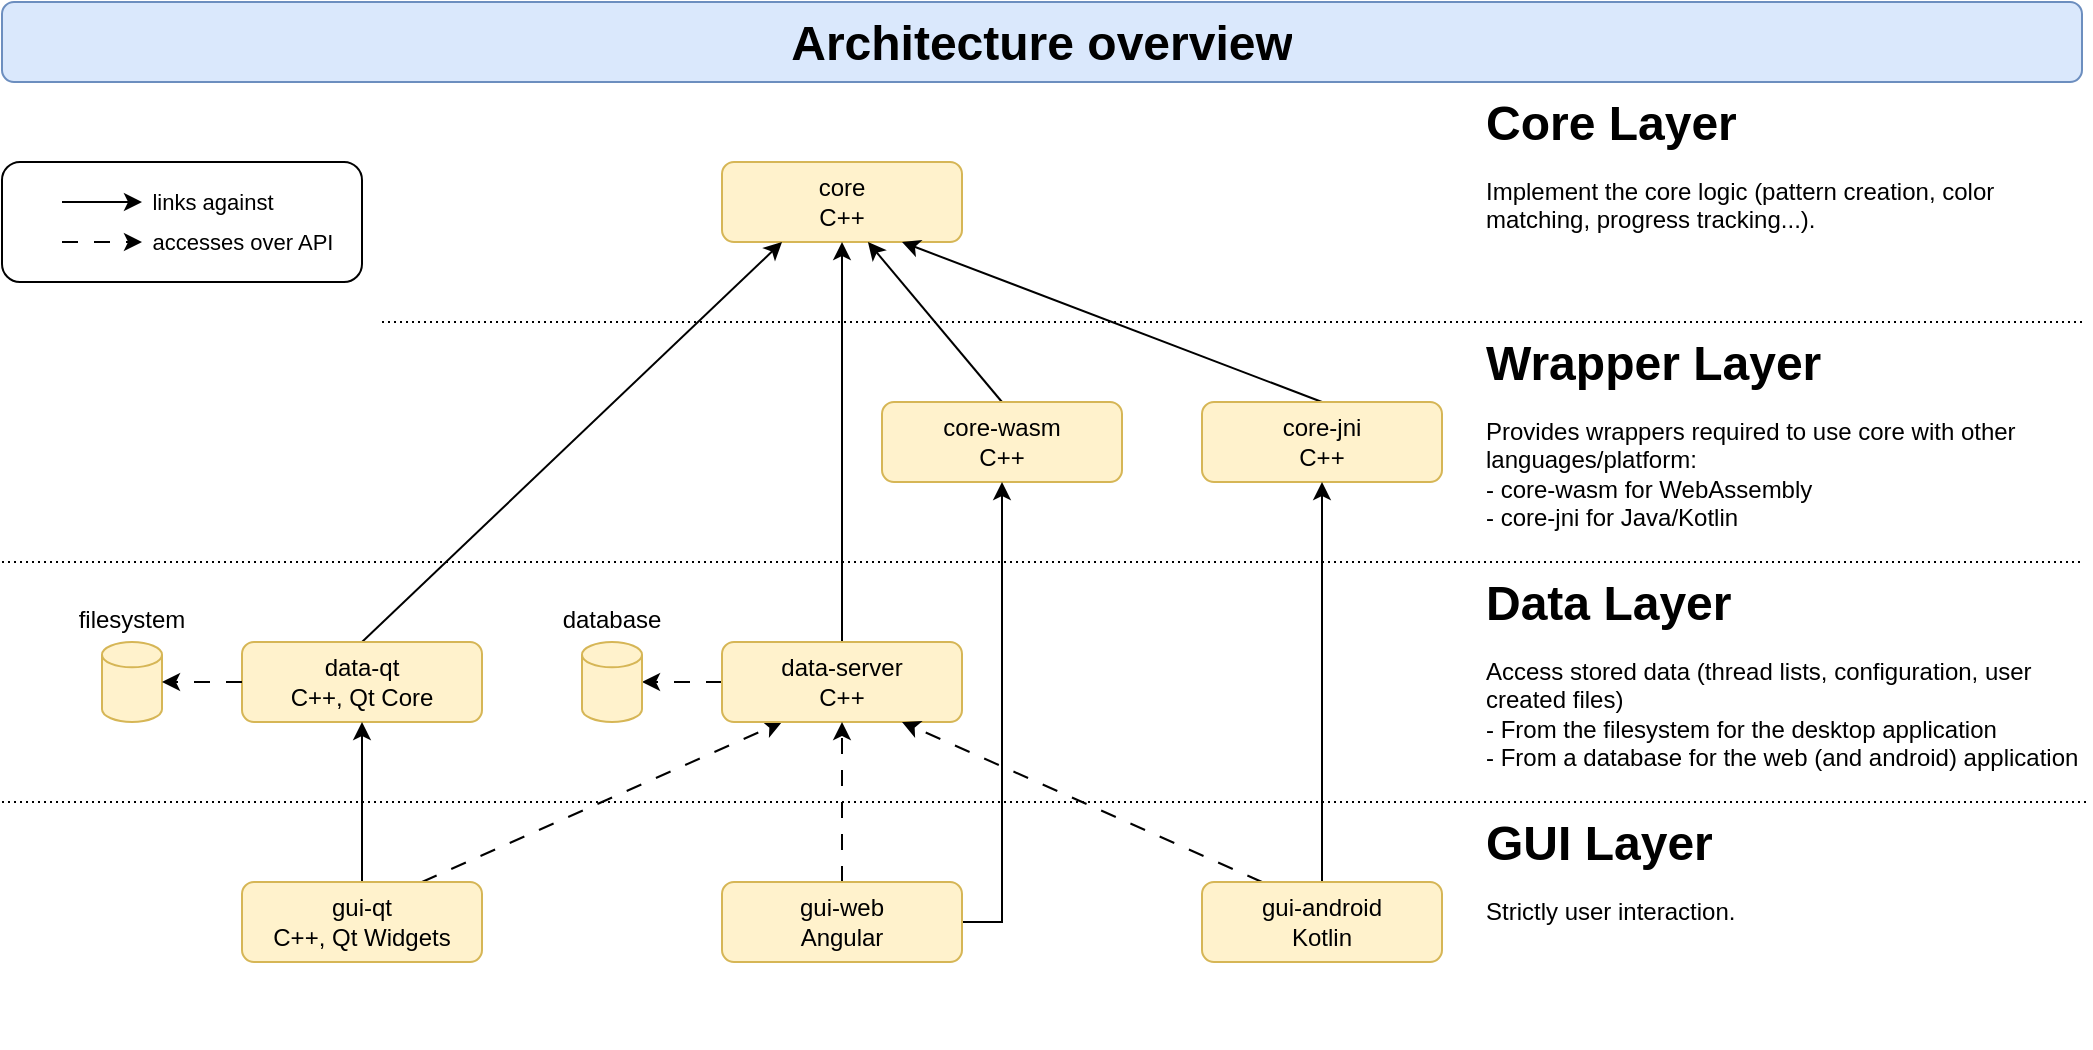
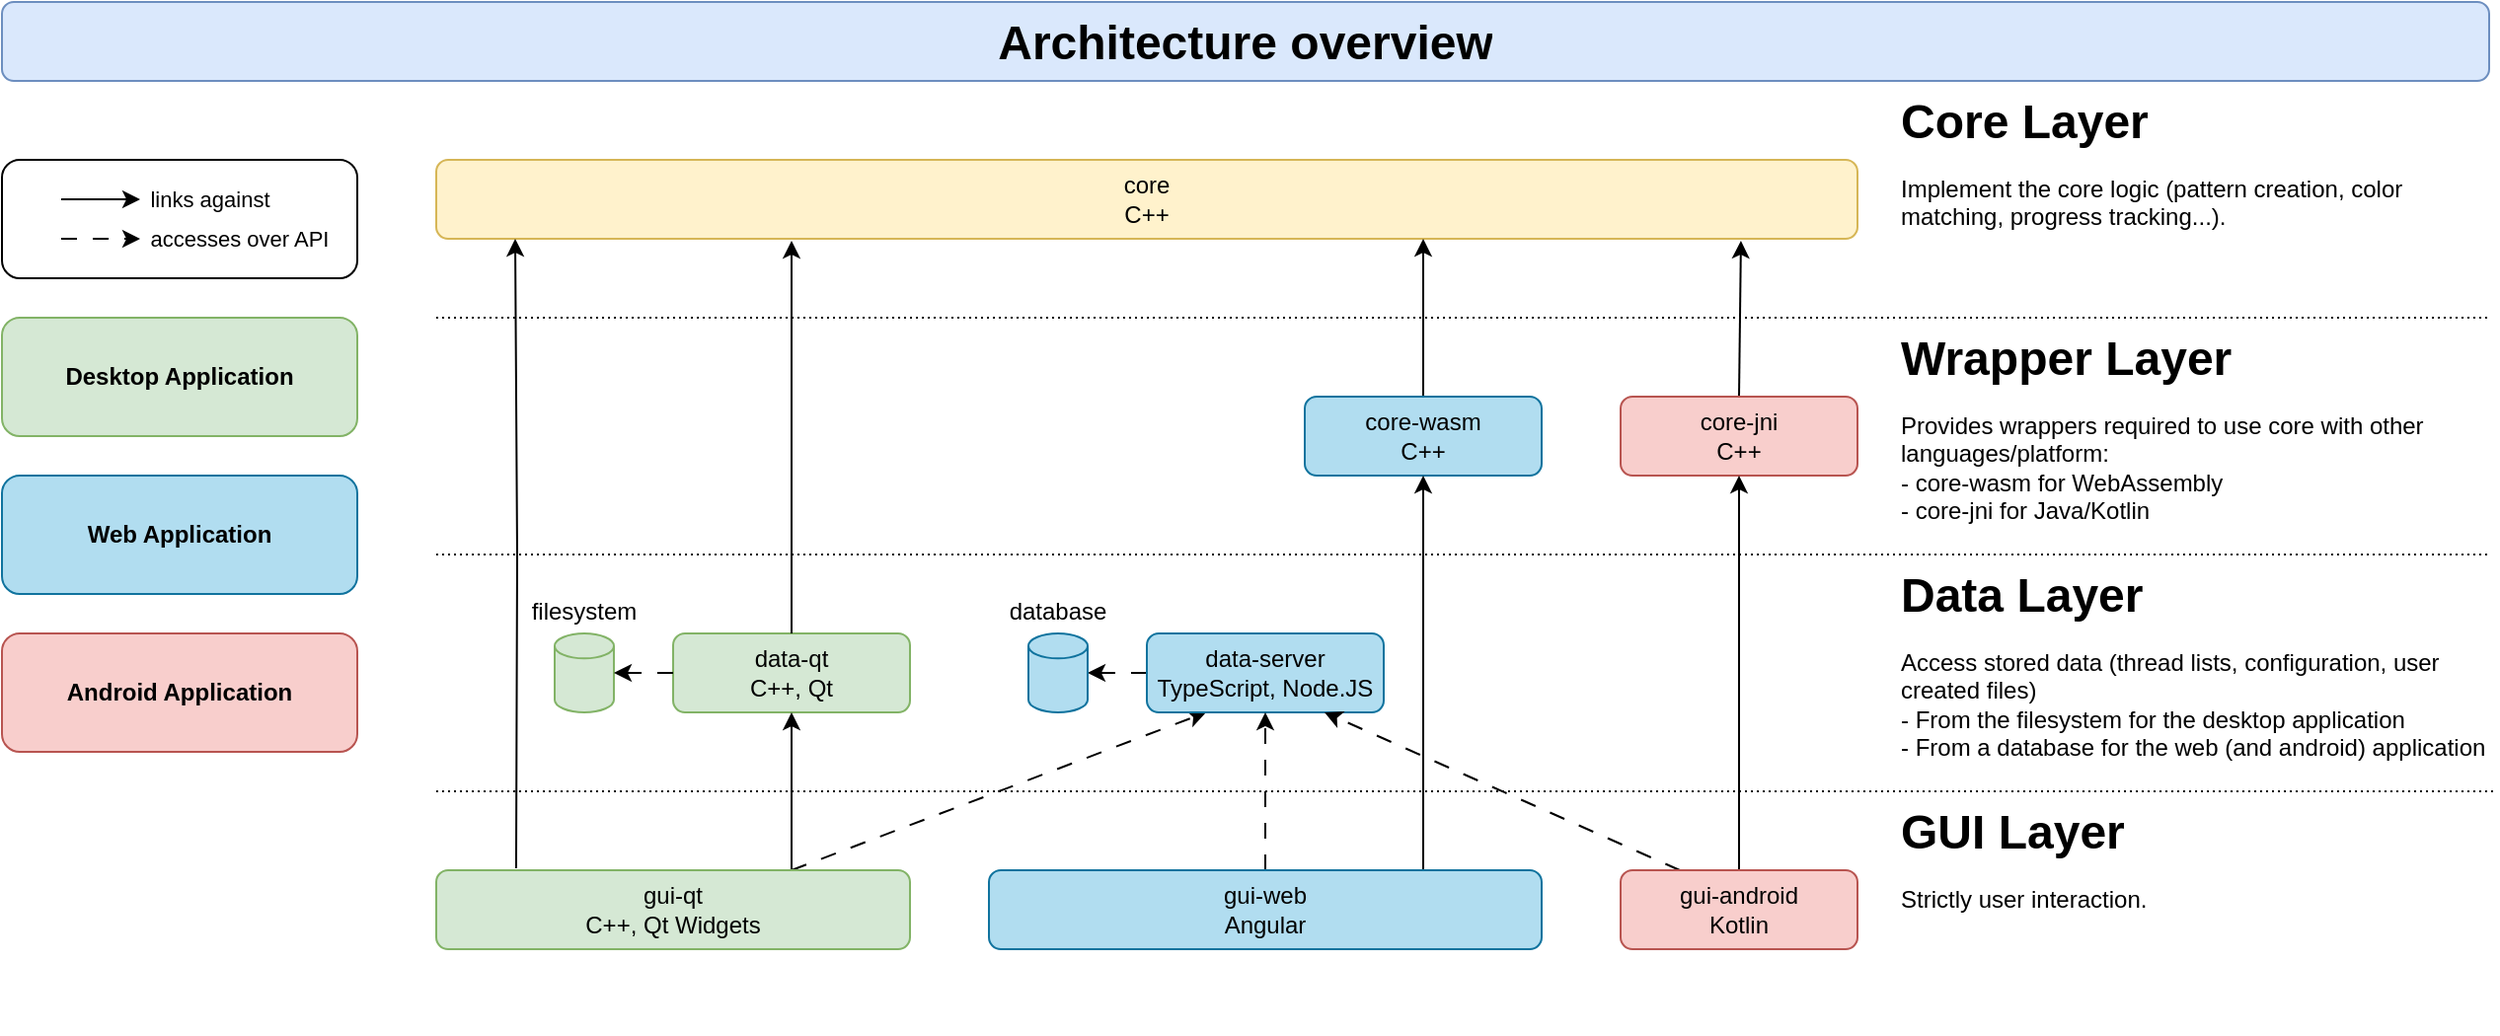
<mxfile host="Electron" agent="Mozilla/5.0 (X11; Linux x86_64) AppleWebKit/537.36 (KHTML, like Gecko) draw.io/28.2.5 Chrome/138.0.7204.251 Electron/37.6.1 Safari/537.36" version="28.2.5">
  <diagram name="Seite-1" id="F41fRs0eCjDLxBcW3rhW">
    <mxGraphModel dx="2187" dy="877" grid="1" gridSize="10" guides="1" tooltips="1" connect="1" arrows="1" fold="1" page="1" pageScale="1" pageWidth="827" pageHeight="1169" math="0" shadow="0">
      <root>
        <mxCell id="0" />
        <mxCell id="1" parent="0" />
        <mxCell id="LadjJh0SSRlLmkwfqYPK-57" value="" style="rounded=1;whiteSpace=wrap;html=1;fillColor=default;" parent="1" vertex="1">
-           <mxGeometry x="-560" y="360" width="180" height="60" as="geometry" />
+           <mxGeometry x="-780" y="360" width="180" height="60" as="geometry" />
        </mxCell>
-         <mxCell id="LadjJh0SSRlLmkwfqYPK-1" value="core&lt;div&gt;C++&lt;/div&gt;" style="rounded=1;whiteSpace=wrap;html=1;fillColor=#fff2cc;strokeColor=#d6b656;" parent="1" vertex="1">
-           <mxGeometry x="-200" y="360" width="120" height="40" as="geometry" />
+         <mxCell id="LadjJh0SSRlLmkwfqYPK-1" value="core&lt;div&gt;C++&lt;/div&gt;" style="rounded=1;whiteSpace=wrap;html=1;fillColor=#fff2cc;strokeColor=#d6b656;points=[[0,0,0,0,0],[0,0.25,0,0,0],[0,0.5,0,0,0],[0,0.75,0,0,0],[0,1,0,0,0],[0.25,0,0,0,0],[0.25,1,0,0,0],[0.5,0,0,0,0],[0.5,1,0,0,0],[0.75,0,0,0,0],[0.75,1,0,0,0],[1,0,0,0,0],[1,0.25,0,0,0],[1,0.5,0,0,0],[1,0.75,0,0,0],[1,1,0,0,0]];" parent="1" vertex="1">
+           <mxGeometry x="-560" y="360" width="720" height="40" as="geometry" />
        </mxCell>
-         <mxCell id="LadjJh0SSRlLmkwfqYPK-16" style="edgeStyle=none;rounded=0;orthogonalLoop=1;jettySize=auto;html=1;exitX=0.5;exitY=0;exitDx=0;exitDy=0;entryX=0.25;entryY=1;entryDx=0;entryDy=0;" parent="1" source="LadjJh0SSRlLmkwfqYPK-2" target="LadjJh0SSRlLmkwfqYPK-1" edge="1">
-           <mxGeometry relative="1" as="geometry" />
-         </mxCell>
-         <mxCell id="LadjJh0SSRlLmkwfqYPK-2" value="data-qt&lt;div&gt;C++, Qt Core&lt;/div&gt;" style="rounded=1;whiteSpace=wrap;html=1;fillColor=#fff2cc;strokeColor=#d6b656;" parent="1" vertex="1">
+         <mxCell id="LadjJh0SSRlLmkwfqYPK-2" value="data-qt&lt;div&gt;C++, Qt&lt;/div&gt;" style="rounded=1;whiteSpace=wrap;html=1;fillColor=#d5e8d4;strokeColor=#82b366;" parent="1" vertex="1">
          <mxGeometry x="-440" y="600" width="120" height="40" as="geometry" />
        </mxCell>
-         <mxCell id="LadjJh0SSRlLmkwfqYPK-17" value="" style="edgeStyle=none;rounded=0;orthogonalLoop=1;jettySize=auto;html=1;exitX=0.5;exitY=0;exitDx=0;exitDy=0;entryX=0.5;entryY=1;entryDx=0;entryDy=0;" parent="1" source="LadjJh0SSRlLmkwfqYPK-3" target="LadjJh0SSRlLmkwfqYPK-2" edge="1">
-           <mxGeometry relative="1" as="geometry" />
+         <mxCell id="LadjJh0SSRlLmkwfqYPK-17" value="" style="edgeStyle=none;rounded=0;orthogonalLoop=1;jettySize=auto;html=1;entryX=0.5;entryY=1;entryDx=0;entryDy=0;exitX=0.75;exitY=0;exitDx=0;exitDy=0;" parent="1" source="LadjJh0SSRlLmkwfqYPK-3" target="LadjJh0SSRlLmkwfqYPK-2" edge="1">
+           <mxGeometry relative="1" as="geometry">
+             <mxPoint x="-390" y="719" as="sourcePoint" />
+           </mxGeometry>
        </mxCell>
        <mxCell id="LadjJh0SSRlLmkwfqYPK-22" style="edgeStyle=none;rounded=0;orthogonalLoop=1;jettySize=auto;html=1;exitX=0.75;exitY=0;exitDx=0;exitDy=0;entryX=0.25;entryY=1;entryDx=0;entryDy=0;dashed=1;dashPattern=8 8;" parent="1" source="LadjJh0SSRlLmkwfqYPK-3" target="LadjJh0SSRlLmkwfqYPK-5" edge="1">
          <mxGeometry relative="1" as="geometry" />
        </mxCell>
-         <mxCell id="LadjJh0SSRlLmkwfqYPK-3" value="gui-qt&lt;div&gt;C++, Qt Widgets&lt;/div&gt;" style="rounded=1;whiteSpace=wrap;html=1;fillColor=#fff2cc;strokeColor=#d6b656;" parent="1" vertex="1">
-           <mxGeometry x="-440" y="720" width="120" height="40" as="geometry" />
+         <mxCell id="LadjJh0SSRlLmkwfqYPK-3" value="gui-qt&lt;div&gt;C++, Qt Widgets&lt;/div&gt;" style="rounded=1;whiteSpace=wrap;html=1;fillColor=#d5e8d4;strokeColor=#82b366;" parent="1" vertex="1">
+           <mxGeometry x="-560" y="720" width="240" height="40" as="geometry" />
        </mxCell>
-         <mxCell id="LadjJh0SSRlLmkwfqYPK-14" value="" style="rounded=0;orthogonalLoop=1;jettySize=auto;html=1;exitX=0.5;exitY=0;exitDx=0;exitDy=0;entryX=0.608;entryY=1;entryDx=0;entryDy=0;entryPerimeter=0;" parent="1" source="LadjJh0SSRlLmkwfqYPK-4" target="LadjJh0SSRlLmkwfqYPK-1" edge="1">
-           <mxGeometry relative="1" as="geometry" />
+         <mxCell id="LadjJh0SSRlLmkwfqYPK-14" value="" style="rounded=0;orthogonalLoop=1;jettySize=auto;html=1;exitX=0.5;exitY=0;exitDx=0;exitDy=0;" parent="1" source="LadjJh0SSRlLmkwfqYPK-4" edge="1">
+           <mxGeometry relative="1" as="geometry">
+             <mxPoint x="-60" y="400" as="targetPoint" />
+           </mxGeometry>
        </mxCell>
-         <mxCell id="LadjJh0SSRlLmkwfqYPK-4" value="core-wasm&lt;div&gt;C++&lt;/div&gt;" style="rounded=1;whiteSpace=wrap;html=1;fillColor=#fff2cc;strokeColor=#d6b656;" parent="1" vertex="1">
+         <mxCell id="LadjJh0SSRlLmkwfqYPK-4" value="core-wasm&lt;div&gt;C++&lt;/div&gt;" style="rounded=1;whiteSpace=wrap;html=1;fillColor=#b1ddf0;strokeColor=#10739e;" parent="1" vertex="1">
          <mxGeometry x="-120" y="480" width="120" height="40" as="geometry" />
-         </mxCell>
-         <mxCell id="LadjJh0SSRlLmkwfqYPK-20" value="" style="edgeStyle=none;rounded=0;orthogonalLoop=1;jettySize=auto;html=1;exitX=0.5;exitY=0;exitDx=0;exitDy=0;entryX=0.5;entryY=1;entryDx=0;entryDy=0;" parent="1" source="LadjJh0SSRlLmkwfqYPK-5" target="LadjJh0SSRlLmkwfqYPK-1" edge="1">
-           <mxGeometry x="0.3" relative="1" as="geometry">
-             <mxPoint as="offset" />
-           </mxGeometry>
        </mxCell>
        <mxCell id="LadjJh0SSRlLmkwfqYPK-29" value="" style="edgeStyle=none;rounded=0;orthogonalLoop=1;jettySize=auto;html=1;exitX=0;exitY=0.5;exitDx=0;exitDy=0;dashed=1;dashPattern=8 8;" parent="1" source="LadjJh0SSRlLmkwfqYPK-5" target="LadjJh0SSRlLmkwfqYPK-27" edge="1">
          <mxGeometry x="0.1995" y="10" relative="1" as="geometry">
            <mxPoint as="offset" />
          </mxGeometry>
        </mxCell>
-         <mxCell id="LadjJh0SSRlLmkwfqYPK-5" value="data-server&lt;div&gt;C++&lt;/div&gt;" style="rounded=1;whiteSpace=wrap;html=1;fillColor=#fff2cc;strokeColor=#d6b656;" parent="1" vertex="1">
+         <mxCell id="LadjJh0SSRlLmkwfqYPK-5" value="data-server&lt;div&gt;TypeScript, Node.JS&lt;/div&gt;" style="rounded=1;whiteSpace=wrap;html=1;fillColor=#b1ddf0;strokeColor=#10739e;" parent="1" vertex="1">
          <mxGeometry x="-200" y="600" width="120" height="40" as="geometry" />
        </mxCell>
        <mxCell id="LadjJh0SSRlLmkwfqYPK-18" value="" style="edgeStyle=orthogonalEdgeStyle;rounded=0;orthogonalLoop=1;jettySize=auto;html=1;exitX=1;exitY=0.5;exitDx=0;exitDy=0;entryX=0.5;entryY=1;entryDx=0;entryDy=0;" parent="1" source="LadjJh0SSRlLmkwfqYPK-6" target="LadjJh0SSRlLmkwfqYPK-4" edge="1">
          <mxGeometry x="0.5834" relative="1" as="geometry">
            <Array as="points">
              <mxPoint x="-60" y="740" />
            </Array>
            <mxPoint as="offset" />
          </mxGeometry>
        </mxCell>
        <mxCell id="LadjJh0SSRlLmkwfqYPK-21" value="" style="edgeStyle=none;rounded=0;orthogonalLoop=1;jettySize=auto;html=1;exitX=0.5;exitY=0;exitDx=0;exitDy=0;entryX=0.5;entryY=1;entryDx=0;entryDy=0;dashed=1;dashPattern=8 8;" parent="1" source="LadjJh0SSRlLmkwfqYPK-6" target="LadjJh0SSRlLmkwfqYPK-5" edge="1">
          <mxGeometry relative="1" as="geometry" />
        </mxCell>
-         <mxCell id="LadjJh0SSRlLmkwfqYPK-6" value="gui-web&lt;div&gt;Angular&lt;/div&gt;" style="rounded=1;whiteSpace=wrap;html=1;fillColor=#fff2cc;strokeColor=#d6b656;" parent="1" vertex="1">
-           <mxGeometry x="-200" y="720" width="120" height="40" as="geometry" />
+         <mxCell id="LadjJh0SSRlLmkwfqYPK-6" value="&lt;div&gt;gui-web&lt;div&gt;Angular&lt;/div&gt;&lt;/div&gt;" style="rounded=1;whiteSpace=wrap;html=1;fillColor=#b1ddf0;strokeColor=#10739e;" parent="1" vertex="1">
+           <mxGeometry x="-280" y="720" width="280" height="40" as="geometry" />
        </mxCell>
-         <mxCell id="LadjJh0SSRlLmkwfqYPK-15" value="" style="edgeStyle=none;rounded=0;orthogonalLoop=1;jettySize=auto;html=1;exitX=0.5;exitY=0;exitDx=0;exitDy=0;entryX=0.75;entryY=1;entryDx=0;entryDy=0;" parent="1" source="LadjJh0SSRlLmkwfqYPK-7" target="LadjJh0SSRlLmkwfqYPK-1" edge="1">
+         <mxCell id="LadjJh0SSRlLmkwfqYPK-15" value="" style="edgeStyle=none;rounded=0;orthogonalLoop=1;jettySize=auto;html=1;exitX=0.5;exitY=0;exitDx=0;exitDy=0;entryX=0.918;entryY=1.025;entryDx=0;entryDy=0;entryPerimeter=0;" parent="1" source="LadjJh0SSRlLmkwfqYPK-7" target="LadjJh0SSRlLmkwfqYPK-1" edge="1">
          <mxGeometry relative="1" as="geometry" />
        </mxCell>
-         <mxCell id="LadjJh0SSRlLmkwfqYPK-7" value="core-jni&lt;div&gt;C++&lt;/div&gt;" style="rounded=1;whiteSpace=wrap;html=1;fillColor=#fff2cc;strokeColor=#d6b656;" parent="1" vertex="1">
+         <mxCell id="LadjJh0SSRlLmkwfqYPK-7" value="core-jni&lt;div&gt;C++&lt;/div&gt;" style="rounded=1;whiteSpace=wrap;html=1;fillColor=#f8cecc;strokeColor=#b85450;" parent="1" vertex="1">
          <mxGeometry x="40" y="480" width="120" height="40" as="geometry" />
        </mxCell>
        <mxCell id="LadjJh0SSRlLmkwfqYPK-19" value="" style="edgeStyle=none;rounded=0;orthogonalLoop=1;jettySize=auto;html=1;exitX=0.5;exitY=0;exitDx=0;exitDy=0;entryX=0.5;entryY=1;entryDx=0;entryDy=0;" parent="1" source="LadjJh0SSRlLmkwfqYPK-8" target="LadjJh0SSRlLmkwfqYPK-7" edge="1">
          <mxGeometry relative="1" as="geometry" />
        </mxCell>
        <mxCell id="LadjJh0SSRlLmkwfqYPK-23" value="" style="edgeStyle=none;rounded=0;orthogonalLoop=1;jettySize=auto;html=1;exitX=0.25;exitY=0;exitDx=0;exitDy=0;entryX=0.75;entryY=1;entryDx=0;entryDy=0;dashed=1;dashPattern=8 8;" parent="1" source="LadjJh0SSRlLmkwfqYPK-8" target="LadjJh0SSRlLmkwfqYPK-5" edge="1">
          <mxGeometry relative="1" as="geometry" />
        </mxCell>
-         <mxCell id="LadjJh0SSRlLmkwfqYPK-8" value="gui-android&lt;div&gt;Kotlin&lt;/div&gt;" style="rounded=1;whiteSpace=wrap;html=1;fillColor=#fff2cc;strokeColor=#d6b656;" parent="1" vertex="1">
+         <mxCell id="LadjJh0SSRlLmkwfqYPK-8" value="&lt;div&gt;gui-android&lt;div&gt;Kotlin&lt;/div&gt;&lt;/div&gt;" style="rounded=1;whiteSpace=wrap;html=1;fillColor=#f8cecc;strokeColor=#b85450;" parent="1" vertex="1">
          <mxGeometry x="40" y="720" width="120" height="40" as="geometry" />
        </mxCell>
-         <mxCell id="LadjJh0SSRlLmkwfqYPK-26" value="&lt;div&gt;&lt;span style=&quot;background-color: transparent; color: light-dark(rgb(0, 0, 0), rgb(255, 255, 255));&quot;&gt;filesystem&lt;/span&gt;&lt;/div&gt;&lt;div&gt;&lt;span style=&quot;background-color: transparent; color: light-dark(rgb(0, 0, 0), rgb(255, 255, 255));&quot;&gt;&lt;br&gt;&lt;/span&gt;&lt;/div&gt;&lt;div&gt;&lt;span style=&quot;background-color: transparent; color: light-dark(rgb(0, 0, 0), rgb(255, 255, 255));&quot;&gt;&lt;br&gt;&lt;/span&gt;&lt;/div&gt;&lt;div&gt;&lt;span style=&quot;background-color: transparent; color: light-dark(rgb(0, 0, 0), rgb(255, 255, 255));&quot;&gt;&lt;br&gt;&lt;/span&gt;&lt;/div&gt;&lt;div&gt;&lt;span style=&quot;background-color: transparent; color: light-dark(rgb(0, 0, 0), rgb(255, 255, 255));&quot;&gt;&lt;br&gt;&lt;/span&gt;&lt;/div&gt;&lt;div&gt;&lt;span style=&quot;background-color: transparent; color: light-dark(rgb(0, 0, 0), rgb(255, 255, 255));&quot;&gt;&lt;br&gt;&lt;/span&gt;&lt;/div&gt;" style="shape=cylinder3;whiteSpace=wrap;html=1;boundedLbl=1;backgroundOutline=1;size=6.333333333333343;aspect=fixed;fillColor=#fff2cc;strokeColor=#d6b656;" parent="1" vertex="1">
-           <mxGeometry x="-510" y="600" width="30" height="40" as="geometry" />
+         <mxCell id="LadjJh0SSRlLmkwfqYPK-26" value="&lt;div&gt;&lt;span style=&quot;background-color: transparent; color: light-dark(rgb(0, 0, 0), rgb(255, 255, 255));&quot;&gt;filesystem&lt;/span&gt;&lt;/div&gt;&lt;div&gt;&lt;span style=&quot;background-color: transparent; color: light-dark(rgb(0, 0, 0), rgb(255, 255, 255));&quot;&gt;&lt;br&gt;&lt;/span&gt;&lt;/div&gt;&lt;div&gt;&lt;span style=&quot;background-color: transparent; color: light-dark(rgb(0, 0, 0), rgb(255, 255, 255));&quot;&gt;&lt;br&gt;&lt;/span&gt;&lt;/div&gt;&lt;div&gt;&lt;span style=&quot;background-color: transparent; color: light-dark(rgb(0, 0, 0), rgb(255, 255, 255));&quot;&gt;&lt;br&gt;&lt;/span&gt;&lt;/div&gt;&lt;div&gt;&lt;span style=&quot;background-color: transparent; color: light-dark(rgb(0, 0, 0), rgb(255, 255, 255));&quot;&gt;&lt;br&gt;&lt;/span&gt;&lt;/div&gt;&lt;div&gt;&lt;span style=&quot;background-color: transparent; color: light-dark(rgb(0, 0, 0), rgb(255, 255, 255));&quot;&gt;&lt;br&gt;&lt;/span&gt;&lt;/div&gt;" style="shape=cylinder3;whiteSpace=wrap;html=1;boundedLbl=1;backgroundOutline=1;size=6.333333333333343;aspect=fixed;fillColor=#d5e8d4;strokeColor=#82b366;" parent="1" vertex="1">
+           <mxGeometry x="-500" y="600" width="30" height="40" as="geometry" />
        </mxCell>
-         <mxCell id="LadjJh0SSRlLmkwfqYPK-27" value="&lt;div&gt;&lt;span style=&quot;background-color: transparent; color: light-dark(rgb(0, 0, 0), rgb(255, 255, 255));&quot;&gt;database&lt;/span&gt;&lt;/div&gt;&lt;div&gt;&lt;span style=&quot;background-color: transparent; color: light-dark(rgb(0, 0, 0), rgb(255, 255, 255));&quot;&gt;&lt;br&gt;&lt;/span&gt;&lt;/div&gt;&lt;div&gt;&lt;span style=&quot;background-color: transparent; color: light-dark(rgb(0, 0, 0), rgb(255, 255, 255));&quot;&gt;&lt;br&gt;&lt;/span&gt;&lt;/div&gt;&lt;div&gt;&lt;span style=&quot;background-color: transparent; color: light-dark(rgb(0, 0, 0), rgb(255, 255, 255));&quot;&gt;&lt;br&gt;&lt;/span&gt;&lt;/div&gt;&lt;div&gt;&lt;span style=&quot;background-color: transparent; color: light-dark(rgb(0, 0, 0), rgb(255, 255, 255));&quot;&gt;&lt;br&gt;&lt;/span&gt;&lt;/div&gt;&lt;div&gt;&lt;span style=&quot;background-color: transparent; color: light-dark(rgb(0, 0, 0), rgb(255, 255, 255));&quot;&gt;&lt;br&gt;&lt;/span&gt;&lt;/div&gt;" style="shape=cylinder3;whiteSpace=wrap;html=1;boundedLbl=1;backgroundOutline=1;size=6.333333333333343;aspect=fixed;fillColor=#fff2cc;strokeColor=#d6b656;" parent="1" vertex="1">
-           <mxGeometry x="-270" y="600" width="30" height="40" as="geometry" />
+         <mxCell id="LadjJh0SSRlLmkwfqYPK-27" value="&lt;div&gt;&lt;span style=&quot;background-color: transparent; color: light-dark(rgb(0, 0, 0), rgb(255, 255, 255));&quot;&gt;database&lt;/span&gt;&lt;/div&gt;&lt;div&gt;&lt;span style=&quot;background-color: transparent; color: light-dark(rgb(0, 0, 0), rgb(255, 255, 255));&quot;&gt;&lt;br&gt;&lt;/span&gt;&lt;/div&gt;&lt;div&gt;&lt;span style=&quot;background-color: transparent; color: light-dark(rgb(0, 0, 0), rgb(255, 255, 255));&quot;&gt;&lt;br&gt;&lt;/span&gt;&lt;/div&gt;&lt;div&gt;&lt;span style=&quot;background-color: transparent; color: light-dark(rgb(0, 0, 0), rgb(255, 255, 255));&quot;&gt;&lt;br&gt;&lt;/span&gt;&lt;/div&gt;&lt;div&gt;&lt;span style=&quot;background-color: transparent; color: light-dark(rgb(0, 0, 0), rgb(255, 255, 255));&quot;&gt;&lt;br&gt;&lt;/span&gt;&lt;/div&gt;&lt;div&gt;&lt;span style=&quot;background-color: transparent; color: light-dark(rgb(0, 0, 0), rgb(255, 255, 255));&quot;&gt;&lt;br&gt;&lt;/span&gt;&lt;/div&gt;" style="shape=cylinder3;whiteSpace=wrap;html=1;boundedLbl=1;backgroundOutline=1;size=6.333333333333343;aspect=fixed;fillColor=#b1ddf0;strokeColor=#10739e;" parent="1" vertex="1">
+           <mxGeometry x="-260" y="600" width="30" height="40" as="geometry" />
        </mxCell>
        <mxCell id="LadjJh0SSRlLmkwfqYPK-35" style="edgeStyle=none;rounded=0;orthogonalLoop=1;jettySize=auto;html=1;exitX=0;exitY=0.5;exitDx=0;exitDy=0;entryX=1;entryY=0.5;entryDx=0;entryDy=0;entryPerimeter=0;dashed=1;dashPattern=8 8;" parent="1" source="LadjJh0SSRlLmkwfqYPK-2" target="LadjJh0SSRlLmkwfqYPK-26" edge="1">
          <mxGeometry relative="1" as="geometry" />
        </mxCell>
        <mxCell id="LadjJh0SSRlLmkwfqYPK-36" value="" style="edgeStyle=none;rounded=0;orthogonalLoop=1;jettySize=auto;html=1;exitX=0.5;exitY=0;exitDx=0;exitDy=0;" parent="1" edge="1">
          <mxGeometry relative="1" as="geometry">
-             <mxPoint x="-530" y="380" as="sourcePoint" />
-             <mxPoint x="-490" y="380" as="targetPoint" />
+             <mxPoint x="-750" y="380" as="sourcePoint" />
+             <mxPoint x="-710" y="380" as="targetPoint" />
          </mxGeometry>
        </mxCell>
        <mxCell id="LadjJh0SSRlLmkwfqYPK-37" value="links against" style="edgeLabel;html=1;align=center;verticalAlign=middle;resizable=0;points=[];" parent="LadjJh0SSRlLmkwfqYPK-36" vertex="1" connectable="0">
          <mxGeometry x="0.0603" y="-3" relative="1" as="geometry">
            <mxPoint x="54" y="-3" as="offset" />
          </mxGeometry>
        </mxCell>
        <mxCell id="LadjJh0SSRlLmkwfqYPK-38" value="" style="edgeStyle=none;rounded=0;orthogonalLoop=1;jettySize=auto;html=1;exitX=0.5;exitY=0;exitDx=0;exitDy=0;dashed=1;dashPattern=8 8;" parent="1" edge="1">
          <mxGeometry relative="1" as="geometry">
-             <mxPoint x="-530" y="400" as="sourcePoint" />
-             <mxPoint x="-490" y="400" as="targetPoint" />
+             <mxPoint x="-750" y="400" as="sourcePoint" />
+             <mxPoint x="-710" y="400" as="targetPoint" />
          </mxGeometry>
        </mxCell>
        <mxCell id="LadjJh0SSRlLmkwfqYPK-39" value="accesses over API" style="edgeLabel;html=1;align=center;verticalAlign=middle;resizable=0;points=[];" parent="LadjJh0SSRlLmkwfqYPK-38" vertex="1" connectable="0">
          <mxGeometry x="0.0603" y="-3" relative="1" as="geometry">
            <mxPoint x="69" y="-3" as="offset" />
          </mxGeometry>
        </mxCell>
        <mxCell id="LadjJh0SSRlLmkwfqYPK-41" value="" style="endArrow=none;html=1;rounded=0;dashed=1;dashPattern=1 2;" parent="1" edge="1">
          <mxGeometry width="50" height="50" relative="1" as="geometry">
-             <mxPoint x="-370" y="440" as="sourcePoint" />
+             <mxPoint x="-560" y="440" as="sourcePoint" />
            <mxPoint x="480" y="440" as="targetPoint" />
          </mxGeometry>
        </mxCell>
        <mxCell id="LadjJh0SSRlLmkwfqYPK-43" value="" style="endArrow=none;html=1;rounded=0;dashed=1;dashPattern=1 2;" parent="1" edge="1">
          <mxGeometry width="50" height="50" relative="1" as="geometry">
            <mxPoint x="-560" y="560" as="sourcePoint" />
            <mxPoint x="480" y="560" as="targetPoint" />
          </mxGeometry>
        </mxCell>
        <mxCell id="LadjJh0SSRlLmkwfqYPK-44" value="" style="endArrow=none;html=1;rounded=0;dashed=1;dashPattern=1 2;" parent="1" edge="1">
          <mxGeometry width="50" height="50" relative="1" as="geometry">
            <mxPoint x="-560" y="680" as="sourcePoint" />
            <mxPoint x="482.58064516129025" y="680" as="targetPoint" />
          </mxGeometry>
        </mxCell>
        <mxCell id="LadjJh0SSRlLmkwfqYPK-45" value="&lt;h1 style=&quot;margin-top: 0px; margin-bottom: 0px;&quot;&gt;&lt;font&gt;Core Layer&lt;/font&gt;&lt;/h1&gt;&lt;p&gt;Implement the core logic (pattern creation, color matching, progress tracking...).&lt;/p&gt;" style="text;html=1;whiteSpace=wrap;overflow=hidden;rounded=0;" parent="1" vertex="1">
          <mxGeometry x="180" y="320" width="300" height="120" as="geometry" />
        </mxCell>
        <mxCell id="LadjJh0SSRlLmkwfqYPK-46" value="&lt;h1 style=&quot;margin-top: 0px; margin-bottom: 0px;&quot;&gt;&lt;font&gt;Wrapper Layer&lt;/font&gt;&lt;/h1&gt;&lt;p&gt;Provides wrappers required to use core with other languages/platform:&lt;br&gt;- core-wasm for WebAssembly&lt;br&gt;- core-jni for Java/Kotlin&lt;/p&gt;" style="text;html=1;whiteSpace=wrap;overflow=hidden;rounded=0;" parent="1" vertex="1">
          <mxGeometry x="180" y="440" width="300" height="120" as="geometry" />
        </mxCell>
        <mxCell id="LadjJh0SSRlLmkwfqYPK-47" value="&lt;h1 style=&quot;margin-top: 0px; margin-bottom: 0px;&quot;&gt;&lt;font&gt;Data Layer&lt;/font&gt;&lt;/h1&gt;&lt;p&gt;Access stored data (thread lists, configuration, user created files)&lt;br&gt;- From the filesystem for the desktop application&lt;br&gt;- From a database for the web (and android) application&lt;/p&gt;" style="text;html=1;whiteSpace=wrap;overflow=hidden;rounded=0;" parent="1" vertex="1">
          <mxGeometry x="180" y="560" width="300" height="120" as="geometry" />
        </mxCell>
        <mxCell id="LadjJh0SSRlLmkwfqYPK-48" value="&lt;h1 style=&quot;margin-top: 0px; margin-bottom: 0px;&quot;&gt;&lt;font&gt;GUI Layer&lt;/font&gt;&lt;/h1&gt;&lt;p&gt;Strictly user interaction.&lt;/p&gt;" style="text;html=1;whiteSpace=wrap;overflow=hidden;rounded=0;" parent="1" vertex="1">
          <mxGeometry x="180" y="680" width="300" height="120" as="geometry" />
        </mxCell>
        <mxCell id="LadjJh0SSRlLmkwfqYPK-53" value="&lt;h1 style=&quot;margin-top: 0px;&quot;&gt;Architecture overview&lt;/h1&gt;" style="text;html=1;whiteSpace=wrap;overflow=hidden;rounded=1;strokeColor=#6c8ebf;align=center;fillColor=#dae8fc;" parent="1" vertex="1">
-           <mxGeometry x="-560" y="280" width="1040" height="40" as="geometry" />
+           <mxGeometry x="-780" y="280" width="1260" height="40" as="geometry" />
        </mxCell>
-         <mxCell id="oZVBrunw9JiHi8Ok4l1H-1" style="edgeStyle=orthogonalEdgeStyle;rounded=0;orthogonalLoop=1;jettySize=auto;html=1;exitX=0.5;exitY=1;exitDx=0;exitDy=0;" edge="1" parent="1" source="LadjJh0SSRlLmkwfqYPK-57" target="LadjJh0SSRlLmkwfqYPK-57">
+         <mxCell id="oZVBrunw9JiHi8Ok4l1H-1" style="edgeStyle=orthogonalEdgeStyle;rounded=0;orthogonalLoop=1;jettySize=auto;html=1;exitX=0.5;exitY=1;exitDx=0;exitDy=0;" parent="1" source="LadjJh0SSRlLmkwfqYPK-57" target="LadjJh0SSRlLmkwfqYPK-57" edge="1">
          <mxGeometry relative="1" as="geometry" />
+         </mxCell>
+         <mxCell id="hIikIGd1slJezj3lFQ0Q-6" style="edgeStyle=orthogonalEdgeStyle;rounded=0;orthogonalLoop=1;jettySize=auto;html=1;exitX=0.5;exitY=0;exitDx=0;exitDy=0;" edge="1" parent="1" source="LadjJh0SSRlLmkwfqYPK-2">
+           <mxGeometry relative="1" as="geometry">
+             <mxPoint x="-380" y="401" as="targetPoint" />
+           </mxGeometry>
+         </mxCell>
+         <mxCell id="hIikIGd1slJezj3lFQ0Q-7" style="edgeStyle=orthogonalEdgeStyle;rounded=0;orthogonalLoop=1;jettySize=auto;html=1;entryX=0.038;entryY=1.025;entryDx=0;entryDy=0;entryPerimeter=0;exitX=0.116;exitY=0;exitDx=0;exitDy=0;exitPerimeter=0;" edge="1" parent="1">
+           <mxGeometry relative="1" as="geometry">
+             <mxPoint x="-519.5200000000001" y="719" as="sourcePoint" />
+             <mxPoint x="-520.0000000000001" y="400" as="targetPoint" />
+           </mxGeometry>
+         </mxCell>
+         <mxCell id="hIikIGd1slJezj3lFQ0Q-8" value="&lt;b&gt;Desktop Application&lt;/b&gt;" style="rounded=1;whiteSpace=wrap;html=1;fillColor=#d5e8d4;strokeColor=#82b366;" vertex="1" parent="1">
+           <mxGeometry x="-780" y="440" width="180" height="60" as="geometry" />
+         </mxCell>
+         <mxCell id="hIikIGd1slJezj3lFQ0Q-9" value="&lt;b&gt;Web Application&lt;/b&gt;" style="rounded=1;whiteSpace=wrap;html=1;fillColor=#b1ddf0;strokeColor=#10739e;" vertex="1" parent="1">
+           <mxGeometry x="-780" y="520" width="180" height="60" as="geometry" />
+         </mxCell>
+         <mxCell id="hIikIGd1slJezj3lFQ0Q-10" value="&lt;b&gt;Android Application&lt;/b&gt;" style="rounded=1;whiteSpace=wrap;html=1;fillColor=#f8cecc;strokeColor=#b85450;" vertex="1" parent="1">
+           <mxGeometry x="-780" y="600" width="180" height="60" as="geometry" />
        </mxCell>
      </root>
    </mxGraphModel>
  </diagram>
</mxfile>
